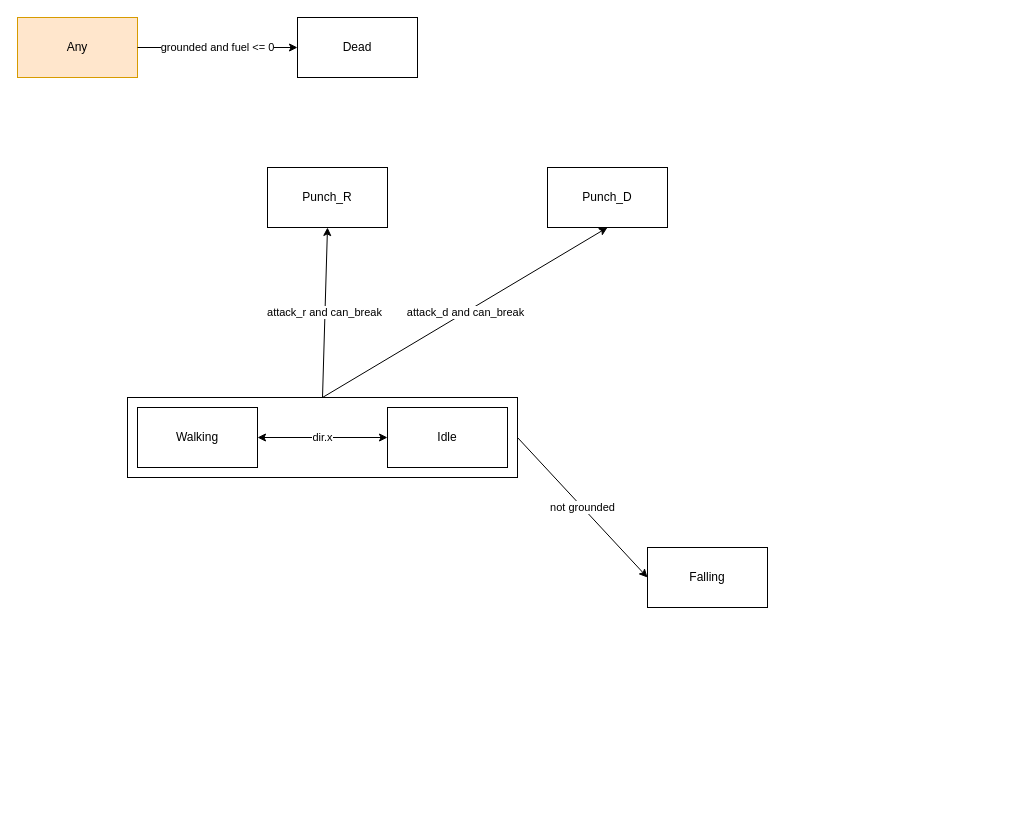
Before: doc/fsm.drawio in jusw85/ld48-godot, a draw.io diagram. Source tidied: cells renumbered, new cells numbered last; positions are measured from the earlier drawing's top-left corner, leaving out a move shared by most shapes. Both pictures are drawn from the tidied source at 100%, with x=0, y=0 at pixel (17, 17).
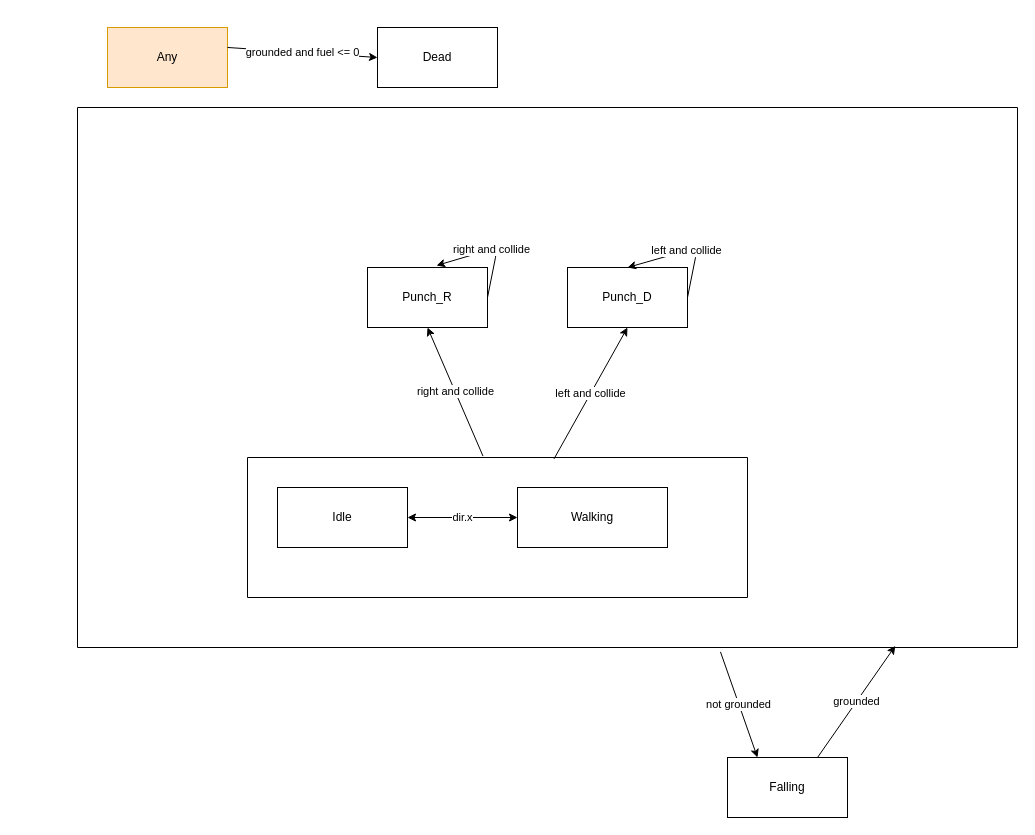
The same page after the edit.

What changed in the source:
```diff
@@
+    <mxCell id="4" value="Falling" style="rounded=0;whiteSpace=wrap;html=1;" parent="1" vertex="1">
+      <mxGeometry x="710" y="740" width="120" height="60" as="geometry" />
+    </mxCell>
+    <mxCell id="14" style="edgeStyle=orthogonalEdgeStyle;rounded=0;orthogonalLoop=1;jettySize=auto;html=1;exitX=0.5;exitY=1;exitDx=0;exitDy=0;" parent="1" edge="1">
+      <mxGeometry relative="1" as="geometry">
+        <mxPoint x="295" y="360" as="sourcePoint" />
+        <mxPoint x="295" y="360" as="targetPoint" />
+      </mxGeometry>
+    </mxCell>
+    <mxCell id="15" value="not grounded" style="endArrow=classic;html=1;exitX=0.684;exitY=1.008;exitDx=0;exitDy=0;entryX=0.25;entryY=0;entryDx=0;entryDy=0;exitPerimeter=0;" parent="1" edge="1" source="17" target="4">
+      <mxGeometry relative="1" as="geometry" />
+    </mxCell>
+    <mxCell id="16" value="grounded" style="endArrow=classic;html=1;exitX=0.75;exitY=0;exitDx=0;exitDy=0;entryX=0.87;entryY=0.997;entryDx=0;entryDy=0;entryPerimeter=0;" parent="1" edge="1" source="4" target="17">
+      <mxGeometry relative="1" as="geometry" />
+    </mxCell>
+    <mxCell id="17" style="swimlane;startSize=0;fillColor=none;" parent="1" vertex="1">
+      <mxGeometry x="60" y="90" width="940" height="540" as="geometry" />
+    </mxCell>
+    <mxCell id="7" value="Punch_D" style="rounded=0;whiteSpace=wrap;html=1;" parent="17" vertex="1">
+      <mxGeometry x="490" y="160" width="120" height="60" as="geometry" />
+    </mxCell>
+    <mxCell id="6" value="Punch_R" style="rounded=0;whiteSpace=wrap;html=1;" parent="17" vertex="1">
+      <mxGeometry x="290" y="160" width="120" height="60" as="geometry" />
+    </mxCell>
+    <mxCell id="18" style="swimlane;startSize=0;fillColor=none;" parent="17" vertex="1">
+      <mxGeometry x="170" y="350" width="500" height="140" as="geometry" />
+    </mxCell>
-    <mxCell id="2" value="Walking" style="rounded=0;whiteSpace=wrap;html=1;" parent="1" vertex="1">
-      <mxGeometry x="120" y="390" width="120" height="60" as="geometry" />
+    <mxCell id="2" value="&lt;div&gt;Idle&lt;/div&gt;" style="rounded=0;whiteSpace=wrap;html=1;" parent="18" vertex="1">
+      <mxGeometry x="30" y="30" width="130" height="60" as="geometry" />
     </mxCell>
-    <mxCell id="3" value="Idle" style="rounded=0;whiteSpace=wrap;html=1;" parent="1" vertex="1">
-      <mxGeometry x="370" y="390" width="120" height="60" as="geometry" />
+    <mxCell id="3" value="Walking" style="rounded=0;whiteSpace=wrap;html=1;" parent="18" vertex="1">
+      <mxGeometry x="270" y="30" width="150" height="60" as="geometry" />
     </mxCell>
-    <mxCell id="4" value="Falling" style="rounded=0;whiteSpace=wrap;html=1;" parent="1" vertex="1">
-      <mxGeometry x="630" y="530" width="120" height="60" as="geometry" />
-    </mxCell>
-    <mxCell id="5" value="Dead" style="rounded=0;whiteSpace=wrap;html=1;" parent="1" vertex="1">
-      <mxGeometry x="280" width="120" height="60" as="geometry" />
-    </mxCell>
-    <mxCell id="6" value="Punch_R" style="rounded=0;whiteSpace=wrap;html=1;" parent="1" vertex="1">
-      <mxGeometry x="250" y="150" width="120" height="60" as="geometry" />
-    </mxCell>
-    <mxCell id="7" value="Punch_D" style="rounded=0;whiteSpace=wrap;html=1;" parent="1" vertex="1">
-      <mxGeometry x="530" y="150" width="120" height="60" as="geometry" />
-    </mxCell>
-    <mxCell id="8" value="dir.x" style="endArrow=classic;startArrow=classic;html=1;entryX=0;entryY=0.5;entryDx=0;entryDy=0;exitX=1;exitY=0.5;exitDx=0;exitDy=0;" parent="1" edge="1" source="2" target="3">
+    <mxCell id="8" value="dir.x" style="endArrow=classic;startArrow=classic;html=1;entryX=0;entryY=0.5;entryDx=0;entryDy=0;exitX=1;exitY=0.5;exitDx=0;exitDy=0;" parent="18" edge="1" source="2" target="3">
       <mxGeometry relative="1" as="geometry" />
     </mxCell>
+    <mxCell id="12" value="left and collide" style="endArrow=classic;html=1;exitX=0.613;exitY=0.01;exitDx=0;exitDy=0;entryX=0.5;entryY=1;entryDx=0;entryDy=0;exitPerimeter=0;" parent="17" edge="1" source="18" target="7">
+      <mxGeometry relative="1" as="geometry" />
+    </mxCell>
+    <mxCell id="11" value="&lt;div&gt;right and collide&lt;/div&gt;" style="endArrow=classic;html=1;exitX=0.471;exitY=-0.01;exitDx=0;exitDy=0;entryX=0.5;entryY=1;entryDx=0;entryDy=0;exitPerimeter=0;" parent="17" edge="1" source="18" target="6">
+      <mxGeometry relative="1" as="geometry" />
+    </mxCell>
+    <mxCell id="19" value="&lt;div&gt;right and collide&lt;/div&gt;" style="endArrow=classic;html=1;exitX=1;exitY=0.5;exitDx=0;exitDy=0;entryX=0.575;entryY=-0.033;entryDx=0;entryDy=0;entryPerimeter=0;" parent="17" edge="1" source="6" target="6">
+      <mxGeometry relative="1" as="geometry">
+        <Array as="points">
+          <mxPoint x="420" y="140" />
+        </Array>
+      </mxGeometry>
+    </mxCell>
+    <mxCell id="20" value="left and collide" style="endArrow=classic;html=1;exitX=1;exitY=0.5;exitDx=0;exitDy=0;entryX=0.5;entryY=0;entryDx=0;entryDy=0;" parent="17" edge="1" source="7" target="7">
+      <mxGeometry relative="1" as="geometry">
+        <Array as="points">
+          <mxPoint x="620" y="140" />
+        </Array>
+      </mxGeometry>
+    </mxCell>
     <mxCell id="9" value="Any" style="rounded=0;whiteSpace=wrap;html=1;fillColor=#ffe6cc;strokeColor=#d79b00;" parent="1" vertex="1">
-      <mxGeometry width="120" height="60" as="geometry" />
+      <mxGeometry x="90" y="10" width="120" height="60" as="geometry" />
     </mxCell>
-    <mxCell id="10" value="grounded and fuel &amp;lt;= 0" style="endArrow=classic;html=1;exitX=1;exitY=0.5;exitDx=0;exitDy=0;entryX=0;entryY=0.5;entryDx=0;entryDy=0;" parent="1" edge="1" source="9" target="5">
+    <mxCell id="10" value="grounded and fuel &amp;lt;= 0" style="endArrow=classic;html=1;exitX=1;exitY=0.333;exitDx=0;exitDy=0;entryX=0;entryY=0.5;entryDx=0;entryDy=0;exitPerimeter=0;" parent="1" edge="1" source="9" target="5">
       <mxGeometry relative="1" as="geometry" />
     </mxCell>
-    <mxCell id="11" value="attack_r and can_break" style="endArrow=classic;html=1;exitX=0.5;exitY=0;exitDx=0;exitDy=0;entryX=0.5;entryY=1;entryDx=0;entryDy=0;" parent="1" edge="1" source="13" target="6">
-      <mxGeometry relative="1" as="geometry" />
-    </mxCell>
-    <mxCell id="12" value="attack_d and can_break" style="endArrow=classic;html=1;exitX=0.5;exitY=0;exitDx=0;exitDy=0;entryX=0.5;entryY=1;entryDx=0;entryDy=0;" parent="1" edge="1" source="13" target="7">
-      <mxGeometry relative="1" as="geometry" />
-    </mxCell>
-    <mxCell id="13" style="rounded=0;whiteSpace=wrap;html=1;fillColor=none;" parent="1" vertex="1">
-      <mxGeometry x="110" y="380" width="390" height="80" as="geometry" />
-    </mxCell>
-    <mxCell id="14" style="edgeStyle=orthogonalEdgeStyle;rounded=0;orthogonalLoop=1;jettySize=auto;html=1;exitX=0.5;exitY=1;exitDx=0;exitDy=0;" parent="1" edge="1" source="13" target="13">
-      <mxGeometry relative="1" as="geometry" />
-    </mxCell>
-    <mxCell id="15" value="not grounded" style="endArrow=classic;html=1;exitX=1;exitY=0.5;exitDx=0;exitDy=0;entryX=0;entryY=0.5;entryDx=0;entryDy=0;" parent="1" edge="1" source="13" target="4">
-      <mxGeometry relative="1" as="geometry" />
-    </mxCell>
+    <mxCell id="5" value="Dead" style="rounded=0;whiteSpace=wrap;html=1;" parent="1" vertex="1">
+      <mxGeometry x="360" y="10" width="120" height="60" as="geometry" />
+    </mxCell>
```
